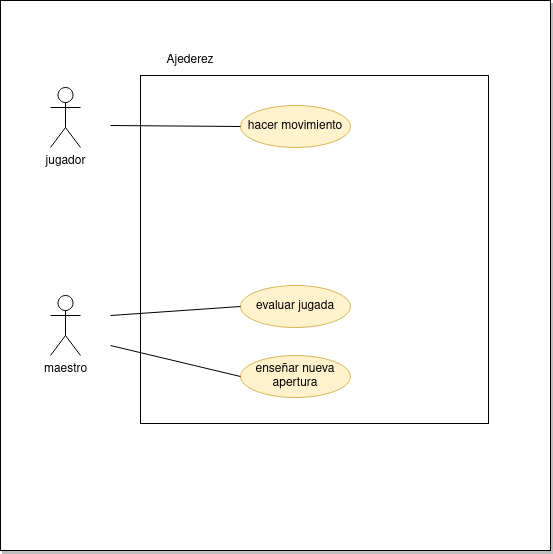
The draw.io diagram diagramas-cu/tarea2/tarea2cu.png in javigh193/ets, before a commit. Source tidied: cells renumbered, new cells last; positions are measured from the earlier drawing's top-left corner, leaving out a move shared by most shapes. Its diagram source:
```xml
<mxGraphModel>
  <root>
    <mxCell id="0" />
    <mxCell id="1" parent="0" />
    <mxCell id="2" style="whiteSpace=wrap;html=1;fillColor=#FFFFFF;fillStyle=solid;shadow=1;" parent="1" vertex="1">
      <mxGeometry width="550" height="550" as="geometry" />
    </mxCell>
    <mxCell id="3" value="jugador" style="shape=umlActor;verticalLabelPosition=bottom;verticalAlign=top;html=1;" parent="1" vertex="1">
      <mxGeometry x="50" y="87" width="30" height="60" as="geometry" />
    </mxCell>
    <mxCell id="4" value="maestro" style="shape=umlActor;verticalLabelPosition=bottom;verticalAlign=top;html=1;" parent="1" vertex="1">
      <mxGeometry x="50" y="295" width="30" height="60" as="geometry" />
    </mxCell>
    <mxCell id="5" value="hacer movimiento" style="ellipse;whiteSpace=wrap;html=1;align=center;newEdgeStyle={&quot;edgeStyle&quot;:&quot;entityRelationEdgeStyle&quot;,&quot;startArrow&quot;:&quot;none&quot;,&quot;endArrow&quot;:&quot;none&quot;,&quot;segment&quot;:10,&quot;curved&quot;:1,&quot;sourcePerimeterSpacing&quot;:0,&quot;targetPerimeterSpacing&quot;:0};fillColor=#fff2cc;strokeColor=#d6b656;" parent="1" vertex="1">
      <mxGeometry x="240" y="105" width="110" height="42" as="geometry" />
    </mxCell>
    <mxCell id="6" value="evaluar jugada" style="ellipse;whiteSpace=wrap;html=1;align=center;newEdgeStyle={&quot;edgeStyle&quot;:&quot;entityRelationEdgeStyle&quot;,&quot;startArrow&quot;:&quot;none&quot;,&quot;endArrow&quot;:&quot;none&quot;,&quot;segment&quot;:10,&quot;curved&quot;:1,&quot;sourcePerimeterSpacing&quot;:0,&quot;targetPerimeterSpacing&quot;:0};fillColor=#fff2cc;strokeColor=#d6b656;" parent="1" vertex="1">
      <mxGeometry x="240" y="285" width="110" height="42" as="geometry" />
    </mxCell>
    <mxCell id="7" value="enseñar nueva apertura" style="ellipse;whiteSpace=wrap;html=1;align=center;newEdgeStyle={&quot;edgeStyle&quot;:&quot;entityRelationEdgeStyle&quot;,&quot;startArrow&quot;:&quot;none&quot;,&quot;endArrow&quot;:&quot;none&quot;,&quot;segment&quot;:10,&quot;curved&quot;:1,&quot;sourcePerimeterSpacing&quot;:0,&quot;targetPerimeterSpacing&quot;:0};fillColor=#fff2cc;strokeColor=#d6b656;" parent="1" vertex="1">
      <mxGeometry x="240" y="355" width="110" height="42" as="geometry" />
    </mxCell>
    <mxCell id="8" style="endArrow=none;html=1;rounded=0;entryX=0;entryY=0.5;entryDx=0;entryDy=0;" parent="1" edge="1" target="5">
      <mxGeometry relative="1" as="geometry">
        <mxPoint x="110" y="125" as="sourcePoint" />
      </mxGeometry>
    </mxCell>
    <mxCell id="9" style="endArrow=none;html=1;rounded=0;entryX=0;entryY=0.5;entryDx=0;entryDy=0;" parent="1" edge="1" target="6">
      <mxGeometry relative="1" as="geometry">
        <mxPoint x="110" y="315" as="sourcePoint" />
      </mxGeometry>
    </mxCell>
    <mxCell id="10" style="endArrow=none;html=1;rounded=0;exitX=0;exitY=0.5;exitDx=0;exitDy=0;" parent="1" edge="1" source="7">
      <mxGeometry relative="1" as="geometry">
        <mxPoint x="110" y="345" as="targetPoint" />
      </mxGeometry>
    </mxCell>
    <mxCell id="11" style="whiteSpace=wrap;html=1;fillColor=none;" parent="1" vertex="1">
      <mxGeometry x="140" y="75" width="348" height="348" as="geometry" />
    </mxCell>
    <mxCell id="12" value="Ajederez" style="text;html=1;strokeColor=none;fillColor=none;align=center;verticalAlign=middle;whiteSpace=wrap;rounded=0;" parent="1" vertex="1">
      <mxGeometry x="160" y="45" width="60" height="30" as="geometry" />
    </mxCell>
  </root>
</mxGraphModel>
```
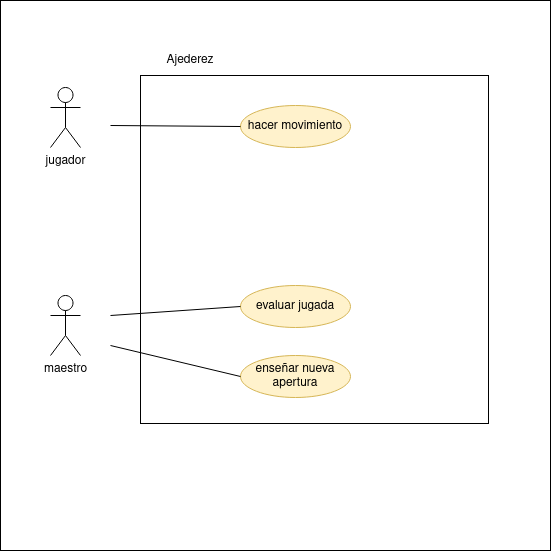
The same diagram one commit later.

What changed in the source:
```diff
@@ -2,7 +2,7 @@
   <root>
     <mxCell id="0" />
     <mxCell id="1" parent="0" />
-    <mxCell id="2" style="whiteSpace=wrap;html=1;fillColor=#FFFFFF;fillStyle=solid;shadow=1;" parent="1" vertex="1">
+    <mxCell id="2" style="whiteSpace=wrap;html=1;fillColor=#FFFFFF;fillStyle=solid;shadow=0;" parent="1" vertex="1">
       <mxGeometry width="550" height="550" as="geometry" />
     </mxCell>
     <mxCell id="3" value="jugador" style="shape=umlActor;verticalLabelPosition=bottom;verticalAlign=top;html=1;" parent="1" vertex="1">
```
